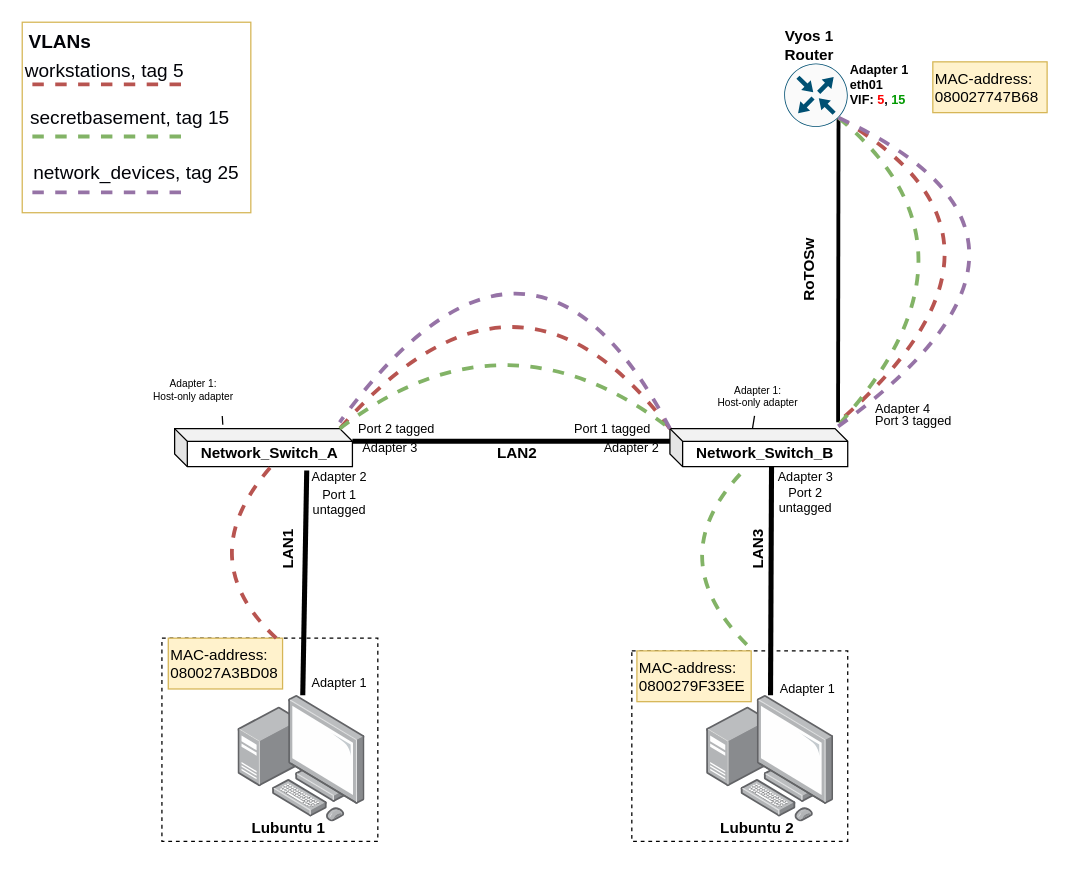
Before: page "Physical Topology" (1 of 3) of documentation/E04/E04NetworkChart_04.drawio in Kjersheim/DataNetworksIntro2023, a draw.io diagram. Source tidied: cells renumbered, new cells numbered last; positions are measured from the earlier drawing's top-left corner, leaving out a move shared by most shapes. Both pictures are drawn from the tidied source at 127%, with x=0, y=0 at pixel (22, 22).
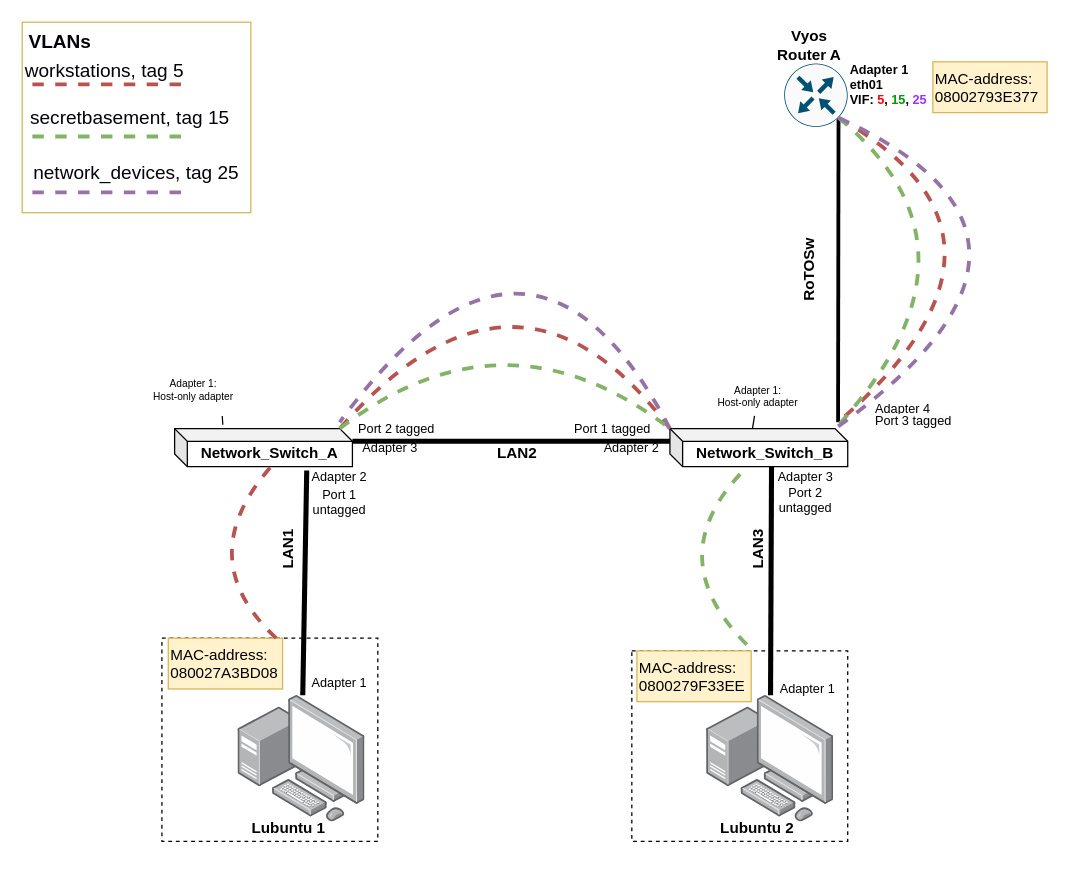
The same diagram, later.

What changed in the source:
```diff
@@
-    <mxCell id="30" value="Vyos 1&lt;br&gt;Router" style="text;strokeColor=none;align=center;fillColor=none;html=1;verticalAlign=middle;whiteSpace=wrap;rounded=0;fontStyle=1;" parent="1" vertex="1">
+    <mxCell id="30" value="Vyos Router A" style="text;strokeColor=none;align=center;fillColor=none;html=1;verticalAlign=middle;whiteSpace=wrap;rounded=0;fontStyle=1;" parent="1" vertex="1">
       <mxGeometry x="590" y="2.5" width="60" height="30" as="geometry" />
     </mxCell>
@@
-    <mxCell id="33" value="Adapter 1&lt;br&gt;eth01&lt;br&gt;VIF: &lt;font color=&quot;#ff0000&quot;&gt;5&lt;/font&gt;&lt;font color=&quot;#020308&quot;&gt;, &lt;/font&gt;&lt;font color=&quot;#009900&quot;&gt;15&lt;/font&gt;&lt;font color=&quot;#020308&quot;&gt;&amp;nbsp;&lt;/font&gt;" style="text;strokeColor=none;align=left;fillColor=none;html=1;verticalAlign=top;whiteSpace=wrap;rounded=0;rotation=0;fontStyle=1;fontSize=10;" parent="1" vertex="1">
+    <mxCell id="33" value="Adapter 1&lt;br&gt;eth01&lt;br&gt;VIF: &lt;font color=&quot;#ff0000&quot;&gt;5&lt;/font&gt;&lt;font color=&quot;#020308&quot;&gt;, &lt;/font&gt;&lt;font color=&quot;#009900&quot;&gt;15&lt;/font&gt;&lt;font color=&quot;#020308&quot;&gt;, &lt;/font&gt;&lt;font color=&quot;#9933ff&quot;&gt;25&lt;/font&gt;" style="text;strokeColor=none;align=left;fillColor=none;html=1;verticalAlign=top;whiteSpace=wrap;rounded=0;rotation=0;fontStyle=1;fontSize=10;" parent="1" vertex="1">
       <mxGeometry x="650" y="25" width="70" height="52.5" as="geometry" />
     </mxCell>
@@
-    <mxCell id="53" value="MAC-address:&lt;br&gt;080027747B68" style="text;strokeColor=#d6b656;align=left;fillColor=#fff2cc;html=1;verticalAlign=top;rounded=0;whiteSpace=wrap;labelBorderColor=none;fillStyle=auto;" parent="1" vertex="1">
+    <mxCell id="53" value="MAC-address:&lt;br&gt;08002793E377" style="text;strokeColor=#d6b656;align=left;fillColor=#fff2cc;html=1;verticalAlign=top;rounded=0;whiteSpace=wrap;labelBorderColor=none;fillStyle=auto;" parent="1" vertex="1">
       <mxGeometry x="717" y="31.2" width="90" height="40" as="geometry" />
     </mxCell>
```
